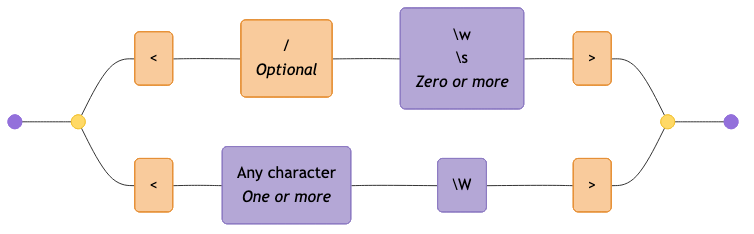
The Mermaid diagram diagrams/html-tags.mermaid-diagram.png in tayles/regex-to-mermaid, before a commit. Its source is kept beside it as diagrams/html-tags.mermaid.
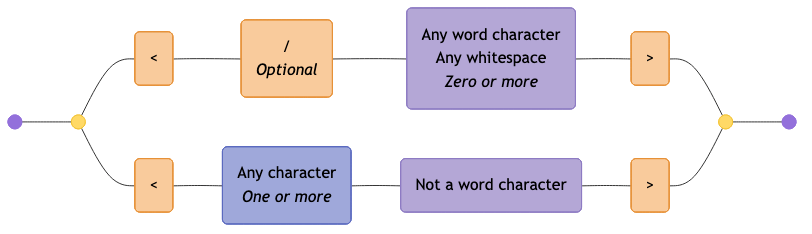
Later version of the same file.

What changed in the source:
```diff
@@ -8,11 +8,11 @@
   disjunction_end_1:::disjunction@{ shape: f-circ };
   literal_1("<"):::literal;
   literal_2("\/<br><i>Optional</i>"):::literal;
-  char_class_1("\w<br>\s<br><i>Zero or more</i>"):::char-class;
+  char_class_1("Any word character<br>Any whitespace<br><i>Zero or more</i>"):::char-class;
   literal_3(">"):::literal;
   literal_4("<"):::literal;
-  char_class_2("Any character<br><i>One or more</i>"):::char-class;
-  char_class_3("\W"):::char-class;
+  char_set_1("Any character<br><i>One or more</i>"):::char-set;
+  char_class_2("Not a word character"):::char-class;
   literal_5(">"):::literal;
 
   start --- disjunction_begin_1;
@@ -22,12 +22,13 @@
   char_class_1 --- literal_3;
   literal_3 --- disjunction_end_1;
   disjunction_begin_1 --- literal_4;
-  literal_4 --- char_class_2;
-  char_class_2 --- char_class_3;
-  char_class_3 --- literal_5;
+  literal_4 --- char_set_1;
+  char_set_1 --- char_class_2;
+  char_class_2 --- literal_5;
   literal_5 --- disjunction_end_1;
   disjunction_end_1 --- fin;
 
   classDef disjunction fill:#FFD966,stroke:#F1C232,color:#000000;
   classDef literal fill:#F9CB9C,stroke:#E69138,color:#000000;
   classDef char-class fill:#B4A7D6,stroke:#8E7CC3,color:#000000;
+  classDef char-set fill:#9FA8DA,stroke:#5C6BC0,color:#000000;
```
